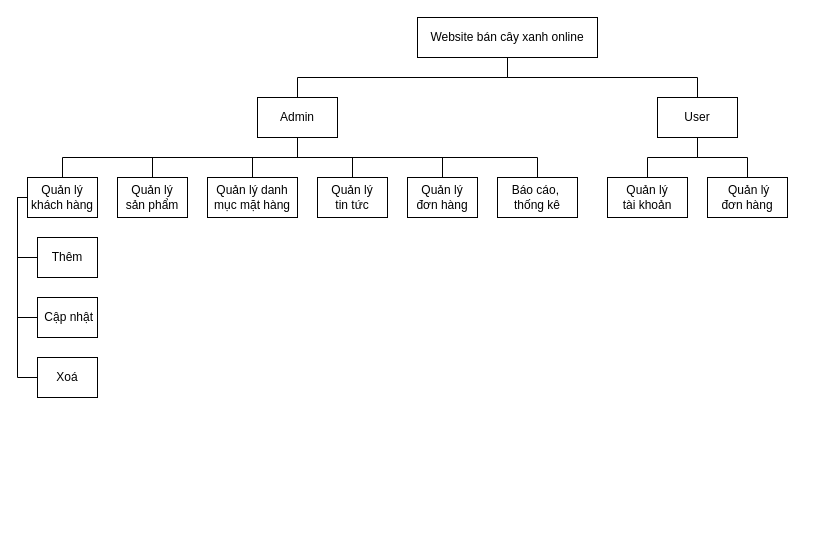
Above: Untitled Diagram.drawio in lmtNoLimit/plants-store-laravel (draw.io), before the change. Source tidied: cells renumbered, new cells numbered last; positions are measured from the earlier drawing's top-left corner, leaving out a move shared by most shapes. Both pictures are drawn from the tidied source at 100%, with x=0, y=0 at pixel (17, 17).
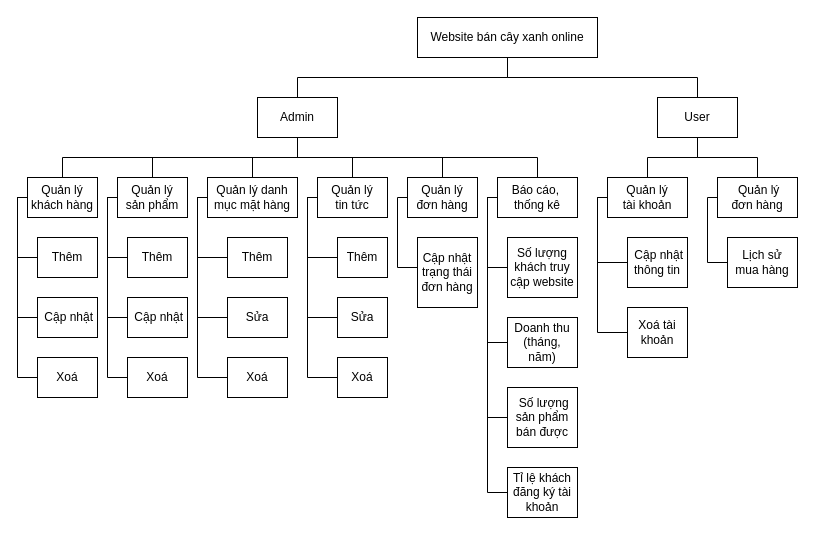
The same page after the edit.

Unchanged cells that the change refers to:
```xml
<mxCell id="19" value="Báo cáo,&amp;nbsp;&lt;br&gt;thống kê" style="rounded=0;whiteSpace=wrap;html=1;" parent="1" vertex="1">
  <mxGeometry x="480" y="160" width="80" height="40" as="geometry" />
</mxCell>
<mxCell id="20" value="Quản lý&lt;br&gt;đơn hàng" style="rounded=0;whiteSpace=wrap;html=1;" parent="1" vertex="1">
  <mxGeometry x="390" y="160" width="70" height="40" as="geometry" />
</mxCell>
<mxCell id="22" value="Quản lý &lt;br&gt;sản phẩm" style="rounded=0;whiteSpace=wrap;html=1;" parent="1" vertex="1">
  <mxGeometry x="100" y="160" width="70" height="40" as="geometry" />
</mxCell>
<mxCell id="23" value="Quản lý danh mục mặt hàng" style="rounded=0;whiteSpace=wrap;html=1;" parent="1" vertex="1">
  <mxGeometry x="190" y="160" width="90" height="40" as="geometry" />
</mxCell>
<mxCell id="24" value="Quản lý&lt;br&gt;tài khoản" style="rounded=0;whiteSpace=wrap;html=1;" parent="1" vertex="1">
  <mxGeometry x="590" y="160" width="80" height="40" as="geometry" />
</mxCell>
```

Change to the diagram source:
```diff
@@
-<mxGraphModel>
+<mxGraphModel background="#FFFFFF">
@@
+    <mxCell id="29" style="edgeStyle=orthogonalEdgeStyle;rounded=0;jettySize=auto;html=1;exitX=0;exitY=0.5;exitDx=0;exitDy=0;entryX=0;entryY=0.5;entryDx=0;entryDy=0;endArrow=none;endFill=0;" parent="1" edge="1" source="19" target="56">
+      <mxGeometry relative="1" as="geometry">
+        <Array as="points">
+          <mxPoint x="470" y="180" />
+          <mxPoint x="470" y="250" />
+        </Array>
+      </mxGeometry>
+    </mxCell>
+    <mxCell id="30" style="edgeStyle=orthogonalEdgeStyle;rounded=0;jettySize=auto;html=1;exitX=0;exitY=0.5;exitDx=0;exitDy=0;entryX=0;entryY=0.5;entryDx=0;entryDy=0;endArrow=none;endFill=0;" parent="1" edge="1" source="19" target="58">
+      <mxGeometry relative="1" as="geometry">
+        <Array as="points">
+          <mxPoint x="470" y="180" />
+          <mxPoint x="470" y="325" />
+        </Array>
+      </mxGeometry>
+    </mxCell>
+    <mxCell id="31" style="edgeStyle=orthogonalEdgeStyle;rounded=0;jettySize=auto;html=1;exitX=0;exitY=0.5;exitDx=0;exitDy=0;entryX=0;entryY=0.5;entryDx=0;entryDy=0;endArrow=none;endFill=0;" parent="1" edge="1" source="19" target="57">
+      <mxGeometry relative="1" as="geometry">
+        <Array as="points">
+          <mxPoint x="470" y="180" />
+          <mxPoint x="470" y="400" />
+        </Array>
+      </mxGeometry>
+    </mxCell>
+    <mxCell id="32" style="edgeStyle=orthogonalEdgeStyle;rounded=0;jettySize=auto;html=1;exitX=0;exitY=0.5;exitDx=0;exitDy=0;entryX=0;entryY=0.5;entryDx=0;entryDy=0;endArrow=none;endFill=0;" parent="1" edge="1" source="19" target="59">
+      <mxGeometry relative="1" as="geometry">
+        <Array as="points">
+          <mxPoint x="470" y="180" />
+          <mxPoint x="470" y="475" />
+        </Array>
+      </mxGeometry>
+    </mxCell>
@@
+    <mxCell id="33" style="edgeStyle=orthogonalEdgeStyle;rounded=0;jettySize=auto;html=1;exitX=0;exitY=0.5;exitDx=0;exitDy=0;entryX=0;entryY=0.5;entryDx=0;entryDy=0;endArrow=none;endFill=0;" parent="1" edge="1" source="20" target="55">
+      <mxGeometry relative="1" as="geometry">
+        <Array as="points">
+          <mxPoint x="380" y="180" />
+          <mxPoint x="380" y="250" />
+        </Array>
+      </mxGeometry>
+    </mxCell>
@@
+    <mxCell id="34" style="edgeStyle=orthogonalEdgeStyle;rounded=0;jettySize=auto;html=1;exitX=0;exitY=0.5;exitDx=0;exitDy=0;entryX=0;entryY=0.5;entryDx=0;entryDy=0;endArrow=none;endFill=0;" parent="1" edge="1" source="22" target="43">
+      <mxGeometry relative="1" as="geometry">
+        <Array as="points">
+          <mxPoint x="90" y="180" />
+          <mxPoint x="90" y="240" />
+        </Array>
+      </mxGeometry>
+    </mxCell>
+    <mxCell id="35" style="edgeStyle=orthogonalEdgeStyle;rounded=0;jettySize=auto;html=1;exitX=0;exitY=0.5;exitDx=0;exitDy=0;entryX=0;entryY=0.5;entryDx=0;entryDy=0;endArrow=none;endFill=0;" parent="1" edge="1" source="22" target="44">
+      <mxGeometry relative="1" as="geometry">
+        <Array as="points">
+          <mxPoint x="90" y="180" />
+          <mxPoint x="90" y="300" />
+        </Array>
+      </mxGeometry>
+    </mxCell>
+    <mxCell id="36" style="edgeStyle=orthogonalEdgeStyle;rounded=0;jettySize=auto;html=1;exitX=0;exitY=0.5;exitDx=0;exitDy=0;entryX=0;entryY=0.5;entryDx=0;entryDy=0;endArrow=none;endFill=0;" parent="1" edge="1" source="22" target="45">
+      <mxGeometry relative="1" as="geometry">
+        <Array as="points">
+          <mxPoint x="90" y="180" />
+          <mxPoint x="90" y="360" />
+        </Array>
+      </mxGeometry>
+    </mxCell>
@@
+    <mxCell id="37" style="edgeStyle=orthogonalEdgeStyle;rounded=0;jettySize=auto;html=1;exitX=0;exitY=0.5;exitDx=0;exitDy=0;entryX=0;entryY=0.5;entryDx=0;entryDy=0;endArrow=none;endFill=0;" parent="1" edge="1" source="23" target="46">
+      <mxGeometry relative="1" as="geometry">
+        <Array as="points">
+          <mxPoint x="180" y="180" />
+          <mxPoint x="180" y="240" />
+        </Array>
+      </mxGeometry>
+    </mxCell>
+    <mxCell id="38" style="edgeStyle=orthogonalEdgeStyle;rounded=0;jettySize=auto;html=1;exitX=0;exitY=0.5;exitDx=0;exitDy=0;entryX=0;entryY=0.5;entryDx=0;entryDy=0;endArrow=none;endFill=0;" parent="1" edge="1" source="23" target="47">
+      <mxGeometry relative="1" as="geometry">
+        <Array as="points">
+          <mxPoint x="180" y="180" />
+          <mxPoint x="180" y="300" />
+        </Array>
+      </mxGeometry>
+    </mxCell>
+    <mxCell id="39" style="edgeStyle=orthogonalEdgeStyle;rounded=0;jettySize=auto;html=1;exitX=0;exitY=0.5;exitDx=0;exitDy=0;entryX=0;entryY=0.5;entryDx=0;entryDy=0;endArrow=none;endFill=0;" parent="1" edge="1" source="23" target="48">
+      <mxGeometry relative="1" as="geometry">
+        <Array as="points">
+          <mxPoint x="180" y="180" />
+          <mxPoint x="180" y="360" />
+        </Array>
+      </mxGeometry>
+    </mxCell>
@@
+    <mxCell id="40" style="edgeStyle=orthogonalEdgeStyle;rounded=0;jettySize=auto;html=1;exitX=0;exitY=0.5;exitDx=0;exitDy=0;entryX=0;entryY=0.5;entryDx=0;entryDy=0;endArrow=none;endFill=0;" parent="1" edge="1" source="24" target="60">
+      <mxGeometry relative="1" as="geometry">
+        <Array as="points">
+          <mxPoint x="580" y="180" />
+          <mxPoint x="580" y="245" />
+        </Array>
+      </mxGeometry>
+    </mxCell>
+    <mxCell id="41" style="edgeStyle=orthogonalEdgeStyle;rounded=0;jettySize=auto;html=1;exitX=0;exitY=0.5;exitDx=0;exitDy=0;entryX=0;entryY=0.5;entryDx=0;entryDy=0;endArrow=none;endFill=0;" parent="1" edge="1" source="24" target="61">
+      <mxGeometry relative="1" as="geometry">
+        <Array as="points">
+          <mxPoint x="580" y="180" />
+          <mxPoint x="580" y="315" />
+        </Array>
+      </mxGeometry>
+    </mxCell>
@@
+    <mxCell id="42" style="edgeStyle=orthogonalEdgeStyle;rounded=0;jettySize=auto;html=1;exitX=0;exitY=0.5;exitDx=0;exitDy=0;entryX=0;entryY=0.5;entryDx=0;entryDy=0;endArrow=none;endFill=0;" parent="1" edge="1" source="25" target="62">
+      <mxGeometry relative="1" as="geometry">
+        <Array as="points">
+          <mxPoint x="690" y="180" />
+          <mxPoint x="690" y="245" />
+        </Array>
+      </mxGeometry>
+    </mxCell>
     <mxCell id="25" value="&amp;nbsp;Quản lý&lt;br&gt;đơn hàng" style="rounded=0;whiteSpace=wrap;html=1;" parent="1" vertex="1">
-      <mxGeometry x="690" y="160" width="80" height="40" as="geometry" />
+      <mxGeometry x="700" y="160" width="80" height="40" as="geometry" />
     </mxCell>
@@
+    <mxCell id="43" value="Thêm&lt;br&gt;" style="rounded=0;whiteSpace=wrap;html=1;" parent="1" vertex="1">
+      <mxGeometry x="110" y="220" width="60" height="40" as="geometry" />
+    </mxCell>
+    <mxCell id="44" value="&amp;nbsp;Cập nhật" style="rounded=0;whiteSpace=wrap;html=1;" parent="1" vertex="1">
+      <mxGeometry x="110" y="280" width="60" height="40" as="geometry" />
+    </mxCell>
+    <mxCell id="45" value="Xoá" style="rounded=0;whiteSpace=wrap;html=1;" parent="1" vertex="1">
+      <mxGeometry x="110" y="340" width="60" height="40" as="geometry" />
+    </mxCell>
+    <mxCell id="46" value="Thêm&lt;br&gt;" style="rounded=0;whiteSpace=wrap;html=1;" parent="1" vertex="1">
+      <mxGeometry x="210" y="220" width="60" height="40" as="geometry" />
+    </mxCell>
+    <mxCell id="47" value="Sửa" style="rounded=0;whiteSpace=wrap;html=1;" parent="1" vertex="1">
+      <mxGeometry x="210" y="280" width="60" height="40" as="geometry" />
+    </mxCell>
+    <mxCell id="48" value="Xoá" style="rounded=0;whiteSpace=wrap;html=1;" parent="1" vertex="1">
+      <mxGeometry x="210" y="340" width="60" height="40" as="geometry" />
+    </mxCell>
+    <mxCell id="49" style="edgeStyle=orthogonalEdgeStyle;rounded=0;jettySize=auto;html=1;exitX=0;exitY=0.5;exitDx=0;exitDy=0;entryX=0;entryY=0.5;entryDx=0;entryDy=0;endArrow=none;endFill=0;" parent="1" edge="1" target="52">
+      <mxGeometry relative="1" as="geometry">
+        <mxPoint x="300" y="180" as="sourcePoint" />
+        <Array as="points">
+          <mxPoint x="290" y="180" />
+          <mxPoint x="290" y="240" />
+        </Array>
+      </mxGeometry>
+    </mxCell>
+    <mxCell id="50" style="edgeStyle=orthogonalEdgeStyle;rounded=0;jettySize=auto;html=1;exitX=0;exitY=0.5;exitDx=0;exitDy=0;entryX=0;entryY=0.5;entryDx=0;entryDy=0;endArrow=none;endFill=0;" parent="1" edge="1" target="53">
+      <mxGeometry relative="1" as="geometry">
+        <mxPoint x="300" y="180" as="sourcePoint" />
+        <Array as="points">
+          <mxPoint x="290" y="180" />
+          <mxPoint x="290" y="300" />
+        </Array>
+      </mxGeometry>
+    </mxCell>
+    <mxCell id="51" style="edgeStyle=orthogonalEdgeStyle;rounded=0;jettySize=auto;html=1;exitX=0;exitY=0.5;exitDx=0;exitDy=0;entryX=0;entryY=0.5;entryDx=0;entryDy=0;endArrow=none;endFill=0;" parent="1" edge="1" target="54">
+      <mxGeometry relative="1" as="geometry">
+        <mxPoint x="300" y="180" as="sourcePoint" />
+        <Array as="points">
+          <mxPoint x="290" y="180" />
+          <mxPoint x="290" y="360" />
+        </Array>
+      </mxGeometry>
+    </mxCell>
+    <mxCell id="52" value="Thêm&lt;br&gt;" style="rounded=0;whiteSpace=wrap;html=1;" parent="1" vertex="1">
+      <mxGeometry x="320" y="220" width="50" height="40" as="geometry" />
+    </mxCell>
+    <mxCell id="53" value="Sửa" style="rounded=0;whiteSpace=wrap;html=1;" parent="1" vertex="1">
+      <mxGeometry x="320" y="280" width="50" height="40" as="geometry" />
+    </mxCell>
+    <mxCell id="54" value="Xoá" style="rounded=0;whiteSpace=wrap;html=1;" parent="1" vertex="1">
+      <mxGeometry x="320" y="340" width="50" height="40" as="geometry" />
+    </mxCell>
+    <mxCell id="55" value="Cập nhật&lt;br&gt;trạng thái&lt;br&gt;đơn hàng" style="rounded=0;whiteSpace=wrap;html=1;" parent="1" vertex="1">
+      <mxGeometry x="400" y="220" width="60" height="70" as="geometry" />
+    </mxCell>
+    <mxCell id="56" value="Số lượng khách truy cập website" style="rounded=0;whiteSpace=wrap;html=1;" parent="1" vertex="1">
+      <mxGeometry x="490" y="220" width="70" height="60" as="geometry" />
+    </mxCell>
+    <mxCell id="57" value="&amp;nbsp;Số lượng sản phẩm bán được" style="rounded=0;whiteSpace=wrap;html=1;" parent="1" vertex="1">
+      <mxGeometry x="490" y="370" width="70" height="60" as="geometry" />
+    </mxCell>
+    <mxCell id="58" value="Doanh thu&lt;br&gt;(tháng, năm)" style="rounded=0;whiteSpace=wrap;html=1;" parent="1" vertex="1">
+      <mxGeometry x="490" y="300" width="70" height="50" as="geometry" />
+    </mxCell>
+    <mxCell id="59" value="Tỉ lệ khách đăng ký tài khoản" style="rounded=0;whiteSpace=wrap;html=1;" parent="1" vertex="1">
+      <mxGeometry x="490" y="450" width="70" height="50" as="geometry" />
+    </mxCell>
+    <mxCell id="60" value="&amp;nbsp;Cập nhật thông tin" style="rounded=0;whiteSpace=wrap;html=1;" parent="1" vertex="1">
+      <mxGeometry x="610" y="220" width="60" height="50" as="geometry" />
+    </mxCell>
+    <mxCell id="61" value="Xoá tài khoản" style="rounded=0;whiteSpace=wrap;html=1;" parent="1" vertex="1">
+      <mxGeometry x="610" y="290" width="60" height="50" as="geometry" />
+    </mxCell>
+    <mxCell id="62" value="Lịch sử&lt;br&gt;mua hàng" style="rounded=0;whiteSpace=wrap;html=1;" parent="1" vertex="1">
+      <mxGeometry x="710" y="220" width="70" height="50" as="geometry" />
+    </mxCell>
```
